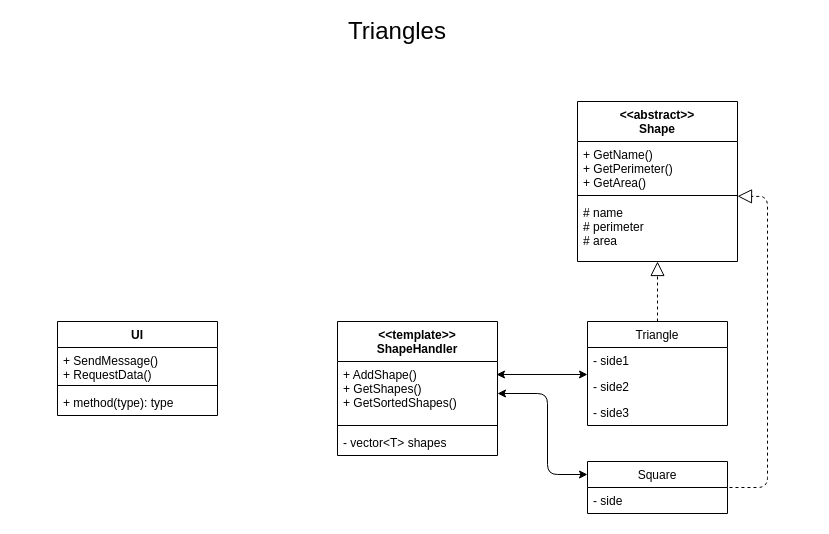
Earlier version of the draw.io diagram triangles/triangles.drawio (akolechko/SSET). Source tidied: cells renumbered, new cells numbered last; positions are measured from the earlier drawing's top-left corner, leaving out a move shared by most shapes. Both pictures are drawn from the tidied source at 100%, with x=0, y=0 at pixel (57, 21).
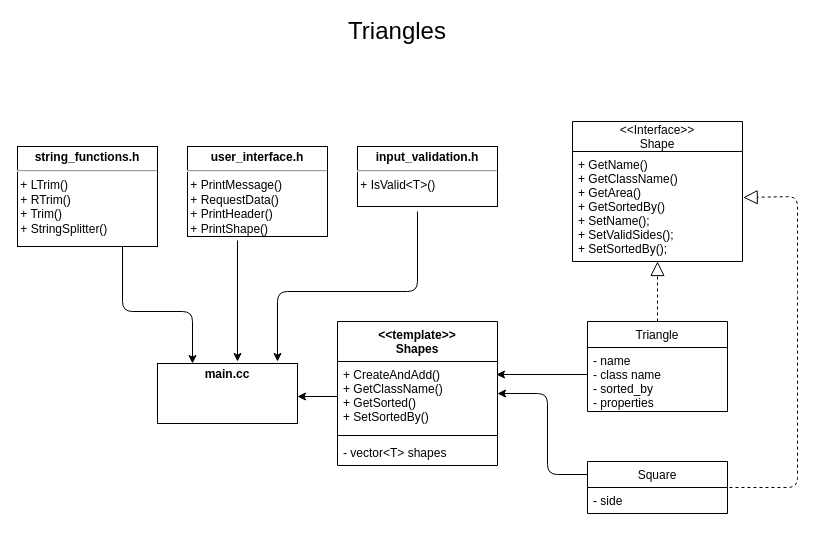
Above is the later version.

Commit message (it also covers changes not shown here):
Triangles: Add Square

Unchanged cells that the change refers to:
```xml
<mxCell id="16" value="Square" style="swimlane;fontStyle=0;horizontal=1;startSize=26;fillColor=none;" parent="1" vertex="1">
  <mxGeometry x="530" y="440" width="140" height="52" as="geometry" />
</mxCell>
<mxCell id="17" value="- side" style="text;strokeColor=none;fillColor=none;align=left;verticalAlign=top;spacingLeft=4;spacingRight=4;overflow=hidden;points=[[0,0.5],[1,0.5]];portConstraint=eastwest;" parent="16" vertex="1">
  <mxGeometry y="26" width="140" height="26" as="geometry" />
</mxCell>
```

The edit, as a diff of the source:
```diff
@@
-    <mxCell id="3" value="&lt;&lt;abstract&gt;&gt;&#10;Shape" style="swimlane;fontStyle=1;align=center;verticalAlign=top;horizontal=1;startSize=40;" parent="1" vertex="1">
-      <mxGeometry x="520" y="80" width="160" height="160" as="geometry" />
-    </mxCell>
-    <mxCell id="4" value="+ GetName()&#10;+ GetPerimeter()&#10;+ GetArea()" style="text;strokeColor=none;fillColor=none;align=left;verticalAlign=top;spacingLeft=4;spacingRight=4;overflow=hidden;" parent="3" vertex="1">
-      <mxGeometry y="40" width="160" height="50" as="geometry" />
-    </mxCell>
-    <mxCell id="5" style="line;strokeWidth=1;fillColor=none;align=left;verticalAlign=middle;spacingTop=-1;spacingLeft=3;spacingRight=3;labelPosition=right;points=[];portConstraint=eastwest;" parent="3" vertex="1">
-      <mxGeometry y="90" width="160" height="8" as="geometry" />
-    </mxCell>
-    <mxCell id="6" value="# name&#10;# perimeter&#10;# area" style="text;strokeColor=none;fillColor=none;align=left;verticalAlign=top;spacingLeft=4;spacingRight=4;overflow=hidden;points=[[0,0.5],[1,0.5]];portConstraint=eastwest;" parent="3" vertex="1">
-      <mxGeometry y="98" width="160" height="62" as="geometry" />
-    </mxCell>
     <mxCell id="7" value="Triangle" style="swimlane;fontStyle=0;horizontal=1;startSize=26;fillColor=none;" parent="1" vertex="1">
-      <mxGeometry x="530" y="300" width="140" height="104" as="geometry" />
+      <mxGeometry x="530" y="300" width="140" height="90" as="geometry" />
     </mxCell>
-    <mxCell id="8" value="- side1" style="text;strokeColor=none;fillColor=none;align=left;verticalAlign=top;spacingLeft=4;spacingRight=4;overflow=hidden;" parent="7" vertex="1">
-      <mxGeometry y="26" width="140" height="26" as="geometry" />
+    <mxCell id="8" value="- name&#10;- class name&#10;- sorted_by&#10;- properties" style="text;strokeColor=none;fillColor=none;align=left;verticalAlign=top;spacingLeft=4;spacingRight=4;overflow=hidden;" parent="7" vertex="1">
+      <mxGeometry y="26" width="140" height="64" as="geometry" />
     </mxCell>
-    <mxCell id="9" value="- side2" style="text;strokeColor=none;fillColor=none;align=left;verticalAlign=top;spacingLeft=4;spacingRight=4;overflow=hidden;points=[[0,0.5],[1,0.5]];portConstraint=eastwest;" parent="7" vertex="1">
-      <mxGeometry y="52" width="140" height="26" as="geometry" />
-    </mxCell>
-    <mxCell id="10" value="- side3" style="text;strokeColor=none;fillColor=none;align=left;verticalAlign=top;spacingLeft=4;spacingRight=4;overflow=hidden;" parent="7" vertex="1">
-      <mxGeometry y="78" width="140" height="26" as="geometry" />
-    </mxCell>
-    <mxCell id="11" style="endArrow=block;dashed=1;endFill=0;endSize=12;html=1;exitX=0.5;exitY=0;exitDx=0;exitDy=0;" parent="1" edge="1" source="7" target="6">
-      <mxGeometry relative="1" as="geometry" />
+    <mxCell id="11" style="endArrow=block;dashed=1;endFill=0;endSize=12;html=1;exitX=0.5;exitY=0;exitDx=0;exitDy=0;" parent="1" edge="1" source="7">
+      <mxGeometry relative="1" as="geometry">
+        <mxPoint x="600" y="240" as="targetPoint" />
+      </mxGeometry>
     </mxCell>
-    <mxCell id="12" value="&lt;&lt;template&gt;&gt;&#10;ShapeHandler" style="swimlane;fontStyle=1;align=center;verticalAlign=top;horizontal=1;startSize=40;" parent="1" vertex="1">
-      <mxGeometry x="280" y="300" width="160" height="134" as="geometry" />
+    <mxCell id="12" value="&lt;&lt;template&gt;&gt;&#10;Shapes" style="swimlane;fontStyle=1;align=center;verticalAlign=top;horizontal=1;startSize=40;" parent="1" vertex="1">
+      <mxGeometry x="280" y="300" width="160" height="144" as="geometry" />
     </mxCell>
-    <mxCell id="13" value="+ AddShape()&#10;+ GetShapes()&#10;+ GetSortedShapes()" style="text;strokeColor=none;fillColor=none;align=left;verticalAlign=top;spacingLeft=4;spacingRight=4;overflow=hidden;points=[[0,0.5],[1,0.5]];portConstraint=eastwest;" parent="12" vertex="1">
-      <mxGeometry y="40" width="160" height="60" as="geometry" />
+    <mxCell id="13" value="+ CreateAndAdd()&#10;+ GetClassName()&#10;+ GetSorted()&#10;+ SetSortedBy()" style="text;strokeColor=none;fillColor=none;align=left;verticalAlign=top;spacingLeft=4;spacingRight=4;overflow=hidden;points=[[0,0.5],[1,0.5]];portConstraint=eastwest;" parent="12" vertex="1">
+      <mxGeometry y="40" width="160" height="70" as="geometry" />
     </mxCell>
     <mxCell id="14" style="line;strokeWidth=1;fillColor=none;align=left;verticalAlign=middle;spacingTop=-1;spacingLeft=3;spacingRight=3;labelPosition=right;" parent="12" vertex="1">
-      <mxGeometry y="100" width="160" height="8" as="geometry" />
+      <mxGeometry y="110" width="160" height="8" as="geometry" />
     </mxCell>
     <mxCell id="15" value="- vector&lt;T&gt; shapes&#10;" style="text;strokeColor=none;fillColor=none;align=left;verticalAlign=top;spacingLeft=4;spacingRight=4;overflow=hidden;" parent="12" vertex="1">
-      <mxGeometry y="108" width="160" height="26" as="geometry" />
+      <mxGeometry y="118" width="160" height="26" as="geometry" />
     </mxCell>
@@
-    <mxCell id="18" style="endArrow=block;dashed=1;endFill=0;endSize=12;html=1;exitX=1.014;exitY=0;exitDx=0;exitDy=0;exitPerimeter=0;" parent="1" edge="1" source="17" target="5">
+    <mxCell id="18" style="endArrow=block;dashed=1;endFill=0;endSize=12;html=1;exitX=1.014;exitY=0;exitDx=0;exitDy=0;exitPerimeter=0;entryX=1.004;entryY=0.418;entryDx=0;entryDy=0;entryPerimeter=0;" parent="1" edge="1" source="17" target="25">
       <mxGeometry relative="1" as="geometry">
         <Array as="points">
-          <mxPoint x="710" y="466" />
-          <mxPoint x="710" y="175" />
+          <mxPoint x="740" y="466" />
+          <mxPoint x="740" y="280" />
+          <mxPoint x="740" y="175" />
         </Array>
       </mxGeometry>
     </mxCell>
-    <mxCell id="19" style="endArrow=classic;startArrow=classic;html=1;exitX=0;exitY=0.25;exitDx=0;exitDy=0;" parent="1" edge="1" source="16">
+    <mxCell id="19" style="endArrow=classic;html=1;exitX=0;exitY=0.25;exitDx=0;exitDy=0;" parent="1" edge="1" source="16">
       <mxGeometry relative="1" as="geometry">
         <mxPoint x="440" y="372" as="targetPoint" />
         <Array as="points">
           <mxPoint x="490" y="453" />
           <mxPoint x="490" y="372" />
         </Array>
       </mxGeometry>
     </mxCell>
-    <mxCell id="20" style="endArrow=classic;startArrow=classic;html=1;entryX=0.994;entryY=0.808;entryDx=0;entryDy=0;exitX=0;exitY=0.038;exitDx=0;exitDy=0;exitPerimeter=0;entryPerimeter=0;sketch=0;" parent="1" edge="1" source="9">
+    <mxCell id="20" style="endArrow=classic;html=1;entryX=0.994;entryY=0.808;entryDx=0;entryDy=0;exitX=0;exitY=0.038;exitDx=0;exitDy=0;exitPerimeter=0;entryPerimeter=0;sketch=0;" parent="1" edge="1">
       <mxGeometry relative="1" as="geometry">
+        <mxPoint x="530" y="353" as="sourcePoint" />
         <mxPoint x="439" y="353" as="targetPoint" />
       </mxGeometry>
     </mxCell>
-    <mxCell id="21" value="UI" style="swimlane;fontStyle=1;align=center;verticalAlign=top;horizontal=1;startSize=26;" parent="1" vertex="1">
-      <mxGeometry y="300" width="160" height="94" as="geometry" />
-    </mxCell>
-    <mxCell id="22" value="+ SendMessage()&#10;+ RequestData()" style="text;strokeColor=none;fillColor=none;align=left;verticalAlign=top;spacingLeft=4;spacingRight=4;overflow=hidden;" parent="21" vertex="1">
-      <mxGeometry y="26" width="160" height="34" as="geometry" />
-    </mxCell>
-    <mxCell id="23" style="line;strokeWidth=1;fillColor=none;align=left;verticalAlign=middle;spacingTop=-1;spacingLeft=3;spacingRight=3;labelPosition=right;" parent="21" vertex="1">
-      <mxGeometry y="60" width="160" height="8" as="geometry" />
-    </mxCell>
-    <mxCell id="24" value="+ method(type): type" style="text;strokeColor=none;fillColor=none;align=left;verticalAlign=top;spacingLeft=4;spacingRight=4;overflow=hidden;" parent="21" vertex="1">
-      <mxGeometry y="68" width="160" height="26" as="geometry" />
-    </mxCell>
+    <mxCell id="3" value="&lt;&lt;Interface&gt;&gt;&#10;Shape" style="swimlane;fontStyle=0;horizontal=1;startSize=30;fillColor=none;" parent="1" vertex="1">
+      <mxGeometry x="515" y="100" width="170" height="140" as="geometry" />
+    </mxCell>
+    <mxCell id="25" value="+ GetName()&#10;+ GetClassName()&#10;+ GetArea()&#10;+ GetSortedBy() &#10;+ SetName();&#10;+ SetValidSides();&#10;+ SetSortedBy();" style="text;strokeColor=none;fillColor=none;align=left;verticalAlign=top;spacingLeft=4;spacingRight=4;overflow=hidden;points=[[0,0.5],[1,0.5]];portConstraint=eastwest;" parent="3" vertex="1">
+      <mxGeometry y="30" width="170" height="110" as="geometry" />
+    </mxCell>
+    <mxCell id="26" value="&lt;p style=&quot;margin: 0px ; margin-top: 4px ; text-align: center&quot;&gt;&lt;b&gt;input_validation.h&lt;/b&gt;&lt;/p&gt;&lt;hr&gt;&amp;nbsp;+ IsValid&amp;lt;T&amp;gt;()" style="verticalAlign=top;align=left;overflow=fill;fontSize=12;fontFamily=Helvetica;html=1;" parent="1" vertex="1">
+      <mxGeometry x="300" y="125" width="140" height="60" as="geometry" />
+    </mxCell>
+    <mxCell id="27" value="&lt;p style=&quot;margin: 0px ; margin-top: 4px ; text-align: center&quot;&gt;&lt;b&gt;user_interface.h&lt;/b&gt;&lt;/p&gt;&lt;hr&gt;&amp;nbsp;+ PrintMessage()&lt;br&gt;&amp;nbsp;+ RequestData()&lt;br&gt;&amp;nbsp;+ PrintHeader()&lt;br&gt;&amp;nbsp;+ PrintShape()" style="verticalAlign=top;align=left;overflow=fill;fontSize=12;fontFamily=Helvetica;html=1;" parent="1" vertex="1">
+      <mxGeometry x="130" y="125" width="140" height="90" as="geometry" />
+    </mxCell>
+    <mxCell id="28" value="&lt;p style=&quot;margin: 0px ; margin-top: 4px ; text-align: center&quot;&gt;&lt;b&gt;string_functions.h&lt;/b&gt;&lt;/p&gt;&lt;hr&gt;&amp;nbsp;+ LTrim()&lt;br&gt;&amp;nbsp;+ RTrim()&lt;br&gt;&amp;nbsp;+ Trim()&lt;br&gt;&amp;nbsp;+ StringSplitter()" style="verticalAlign=top;align=left;overflow=fill;fontSize=12;fontFamily=Helvetica;html=1;" parent="1" vertex="1">
+      <mxGeometry x="-40" y="125" width="140" height="100" as="geometry" />
+    </mxCell>
+    <mxCell id="29" value="&lt;p style=&quot;margin: 0px ; margin-top: 4px ; text-align: center&quot;&gt;&lt;b&gt;main.cc&lt;/b&gt;&lt;/p&gt;" style="verticalAlign=top;align=left;overflow=fill;fontSize=12;fontFamily=Helvetica;html=1;" parent="1" vertex="1">
+      <mxGeometry x="100" y="342" width="140" height="60" as="geometry" />
+    </mxCell>
+    <mxCell id="30" style="endArrow=classic;html=1;" parent="1" edge="1">
+      <mxGeometry relative="1" as="geometry">
+        <mxPoint x="360" y="190" as="sourcePoint" />
+        <mxPoint x="220" y="340" as="targetPoint" />
+        <Array as="points">
+          <mxPoint x="360" y="270" />
+          <mxPoint x="220" y="270" />
+        </Array>
+      </mxGeometry>
+    </mxCell>
+    <mxCell id="31" style="endArrow=classic;html=1;" parent="1" edge="1">
+      <mxGeometry relative="1" as="geometry">
+        <mxPoint x="180" y="219" as="sourcePoint" />
+        <mxPoint x="180" y="340" as="targetPoint" />
+      </mxGeometry>
+    </mxCell>
+    <mxCell id="32" style="endArrow=classic;html=1;entryX=0.25;entryY=0;entryDx=0;entryDy=0;exitX=0.75;exitY=1;exitDx=0;exitDy=0;" parent="1" edge="1" source="28" target="29">
+      <mxGeometry relative="1" as="geometry">
+        <Array as="points">
+          <mxPoint x="65" y="290" />
+          <mxPoint x="135" y="290" />
+        </Array>
+      </mxGeometry>
+    </mxCell>
+    <mxCell id="33" style="endArrow=classic;html=1;exitX=0;exitY=0.5;exitDx=0;exitDy=0;" parent="1" edge="1" source="13">
+      <mxGeometry relative="1" as="geometry">
+        <mxPoint x="240" y="375" as="targetPoint" />
+      </mxGeometry>
+    </mxCell>
```
